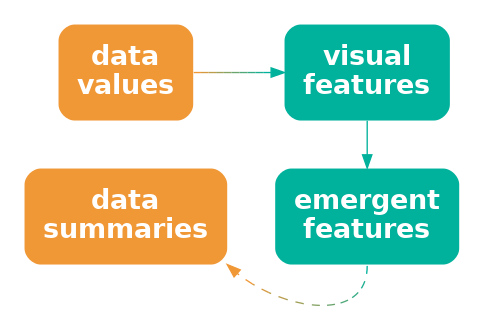
Above: Diagrams/data-vis-vis-stat-only.png in pmur002/hdvw (Graphviz), before the change. Its source is kept beside it as Diagrams/data-vis-vis-stat-only.dot.
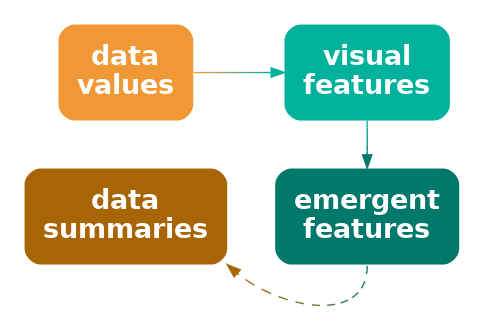
After the change.

Change to the diagram source:
```diff
@@ -2,14 +2,14 @@
   graph [ rankdir=LR; margin=.2; nodesep=.5 ];
   node [ fontsize=20; fontname="sans bold"; margin=.2 ];
   data [ label="data\nvalues"; shape=box; style="filled, rounded"; penwidth=0; fontcolor=white; fillcolor="#F09736" ]
-  stat [ label="data\nsummaries"; shape=box; style="filled, rounded"; penwidth=0; fontcolor=white; fillcolor="#F09736" ]
+  stat [ label="data\nsummaries"; shape=box; style="filled, rounded"; penwidth=0; fontcolor=white; fillcolor="#A86505" ]
   vis [ label="visual\nfeatures"; shape=box;
      style="filled, rounded"; penwidth=0; fontcolor=white; fillcolor="#00B19B" ]
   add [ label="emergent\nfeatures"; shape=box;
-     style="filled, rounded"; penwidth=0; fontcolor=white; fillcolor="#00B19B" ]
+     style="filled, rounded"; penwidth=0; fontcolor=white; fillcolor="#00796A" ]
   data -> vis [ color="#F09736;0.1:#D59A41;0.1:#BB9D4C;0.1:#A0A058;0.1:#85A363;0.1:#6BA56E;0.1:#50A879;0.1:#35AB85;0.1:#1BAE90;0.1:#00B19B;0.1" ]
-  vis -> add [ color="#00B19B" ]
-  add:s -> stat:se [ style="dashed", color="#00B19B;0.1:#1BAE90;0.1:#35AB85;0.1:#50A879;0.1:#6BA56E;0.1:#85A363;0.1:#A0A058;0.1:#BB9D4C;0.1:#D59A41;0.1:#F09736;0.1" ]
+  vis -> add [ color="#00B19B;0.1:#00AB96;0.1:#00A590;0.1:#009E8B;0.1:#009885;0.1:#009280;0.1:#008C7A;0.1:#008575;0.1:#007F6F;0.1:#00796A;0.1" ]
+  add:s -> stat:se [ style="dashed", color="#00796A;0.1:#13775F;0.1:#257554;0.1:#387248;0.1:#4B703D;0.1:#5D6E32;0.1:#706C27;0.1:#83691B;0.1:#956710;0.1:#A86505;0.1" ]
 { rank=same; data, stat }
 { rank=same; vis, add }
 }
```
